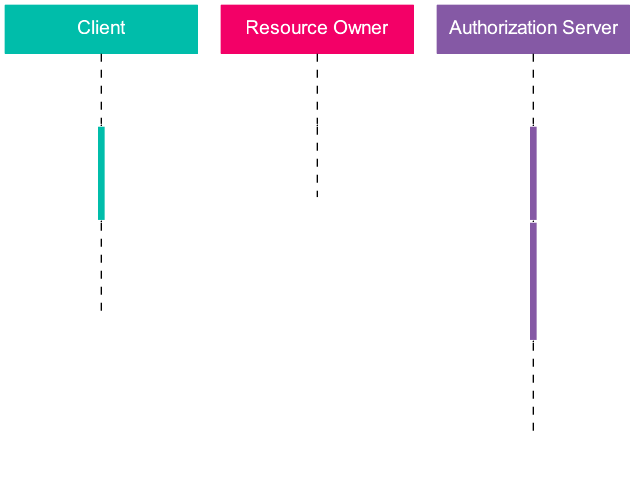
Before: static/image/2019/07/oauth-password-flow.png, a diagram exported from Graphviz (Jeanhwea/jeanhwea.github.io). Its source is kept beside it as static/image/2019/07/oauth-password-flow.dot. Its diagram source:
```dot
digraph PasswordFlow {
  ranksep=0.75;
  node
  [
   shape=box;
   style="filled";
   fontcolor="#ffffff";
   fontname="Arial"
   ];

  client [color="#00bdaa", width=2, label="Client", group=g_client];
  p00, p08 [shape=point, width=0, label="", group=g_client];
  p09 [style=invis, label="", group=g_client];
  client -> p00 [style=dashed, arrowhead=none];
  p08 -> p09 [style=dashed, arrowhead=none];
  p00 -> p08 [style=none, color="#00bdaa", penwidth=5, arrowhead=none];

  owner [color="#f30067", width=2, label="Resource Owner", group=g_owner];
  p12 [shape=point, width=0, label="", group=g_owner];
  p19 [style=invis, label="", group=g_owner];
  owner -> p12 [style=dashed, arrowhead=none];
  p12 -> p19 [style=dashed, arrowhead=none];

  auth [color="#8559a5", width=2, label="Authorization Server", group=g_auth];
  p21, p23, p24 [shape=point, width=0, label="", group=g_auth];
  p29 [style=invis, label="", group=g_auth];
  auth -> p21 [style=dashed, arrowhead=none];
  p24 -> p29 [style=dashed, arrowhead=none];
  p21 -> p23 -> p24 [style=none, color="#8559a5", penwidth=5, arrowhead=none];

}
```
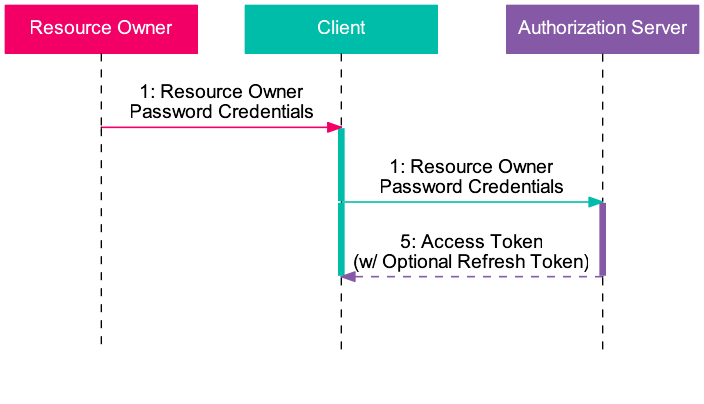
Above is the later version.

Commit message:
finish OAuth2.0

The edit, as a diff of the source:
```diff
@@ -9,23 +9,36 @@
    ];
 
   client [color="#00bdaa", width=2, label="Client", group=g_client];
-  p00, p08 [shape=point, width=0, label="", group=g_client];
+  p00, p01, p02 [shape=point, width=0, label="", group=g_client];
   p09 [style=invis, label="", group=g_client];
   client -> p00 [style=dashed, arrowhead=none];
-  p08 -> p09 [style=dashed, arrowhead=none];
-  p00 -> p08 [style=none, color="#00bdaa", penwidth=5, arrowhead=none];
+  p02 -> p09 [style=dashed, arrowhead=none];
+  p00 -> p01 -> p02 [style=none, color="#00bdaa", penwidth=5, arrowhead=none];
 
   owner [color="#f30067", width=2, label="Resource Owner", group=g_owner];
-  p12 [shape=point, width=0, label="", group=g_owner];
+  p10 [shape=point, width=0, label="", group=g_owner];
   p19 [style=invis, label="", group=g_owner];
-  owner -> p12 [style=dashed, arrowhead=none];
-  p12 -> p19 [style=dashed, arrowhead=none];
+  owner -> p10 [style=dashed, arrowhead=none];
+  p10 -> p19 [style=dashed, arrowhead=none];
+
 
   auth [color="#8559a5", width=2, label="Authorization Server", group=g_auth];
-  p21, p23, p24 [shape=point, width=0, label="", group=g_auth];
+  p21, p22 [shape=point, width=0, label="", group=g_auth];
   p29 [style=invis, label="", group=g_auth];
   auth -> p21 [style=dashed, arrowhead=none];
-  p24 -> p29 [style=dashed, arrowhead=none];
-  p21 -> p23 -> p24 [style=none, color="#8559a5", penwidth=5, arrowhead=none];
+  p22 -> p29 [style=dashed, arrowhead=none];
+  p21 -> p22 [style=none, color="#8559a5", penwidth=5, arrowhead=none];
+
+  { rank=same; client; owner; auth }
+  { rank=same; p09; p19; p29}
+  { rank=same; p10; p00 }
+  { rank=same; p01; p21; }
+  { rank=same; p02; p22; }
+  owner -> client -> auth [style=invis];
+
+  edge [fontname="Arial"];
+  p10 -> p00 [color="#f30067", penwidth=1.2, arrowhead=normal, label="1: Resource Owner\nPassword Credentials"];
+  p01 -> p21 [color="#00bdaa", penwidth=1.2, arrowhead=normal, label="1: Resource Owner\nPassword Credentials"];
+  p02 -> p22 [color="#8559a5", penwidth=1.2, arrowhead=normal, dir=back, style=dashed, label="5: Access Token\n(w/ Optional Refresh Token)"];
 
 }
```
